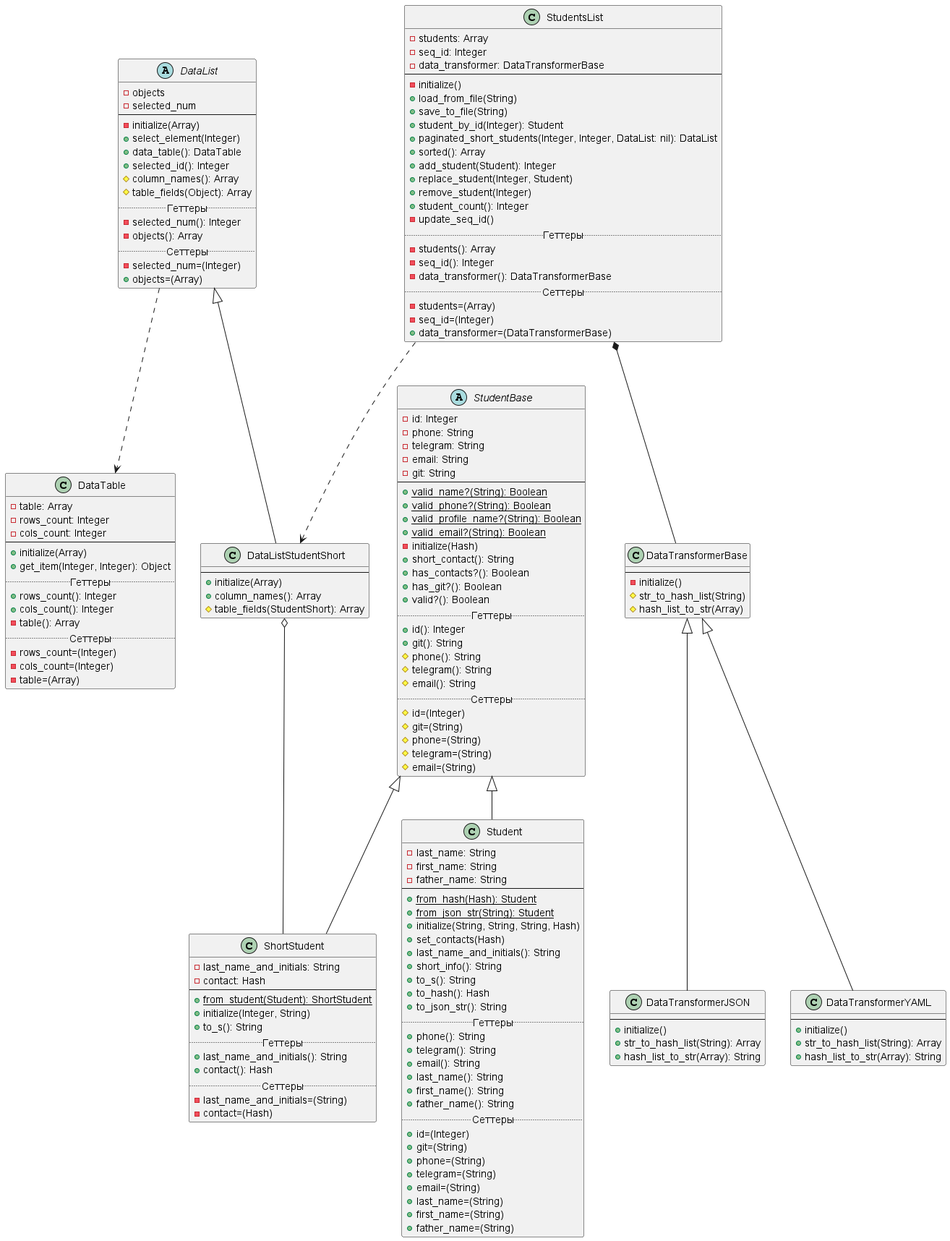
Before: Diagrams/lab2.png, a diagram exported from PlantUML (r1411/PatternsLabs).
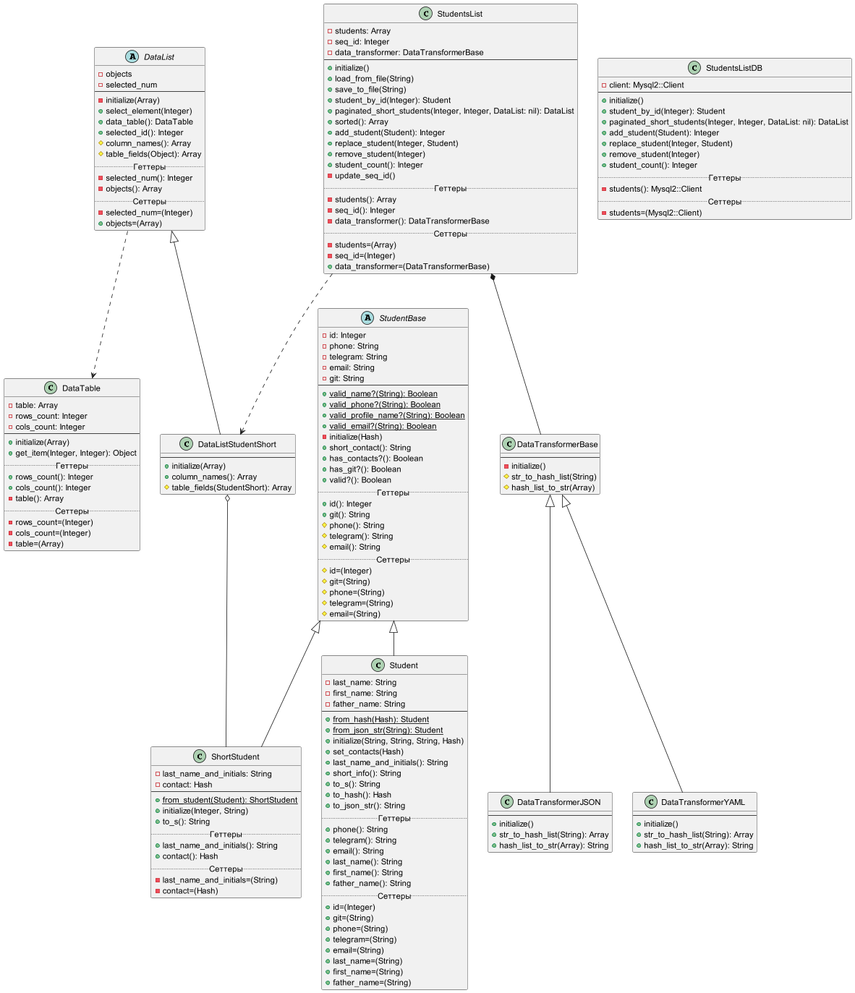
The same file after the commit.

Commit message:
Класс StudentsListDB (Лаб 3, Задание 1.8), пока что говнокод. Фикс ошибки в диаграмме

Diff of the diagram source:
```diff
@@ -129,7 +129,7 @@
     -seq_id: Integer
     -data_transformer: DataTransformerBase
     --
-    -initialize()
+    +initialize()
     +load_from_file(String)
     +save_to_file(String)
     +student_by_id(Integer): Student
@@ -171,4 +171,20 @@
     +hash_list_to_str(Array): String
 }
 
+class StudentsListDB {
+    -client: Mysql2::Client
+    --
+    +initialize()
+    +student_by_id(Integer): Student
+    +paginated_short_students(Integer, Integer, DataList: nil): DataList
+    +add_student(Student): Integer
+    +replace_student(Integer, Student)
+    +remove_student(Integer)
+    +student_count(): Integer
+    .. Геттеры ..
+    -students(): Mysql2::Client
+    .. Сеттеры ..
+    -students=(Mysql2::Client)
+}
+
 @enduml
```
